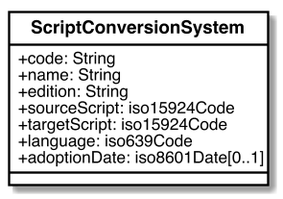
Earlier version of the PlantUML export sources/images/system.png (CalConnect/csd-transcription-systems).
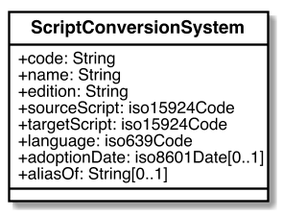
Later version of the same file.

What changed in the source:
```diff
@@ -48,6 +48,7 @@
   +targetScript: iso15924Code
   +language: iso639Code
   +adoptionDate: iso8601Date[0..1]
+  +aliasOf: String[0..1]
 }
 
 
```
